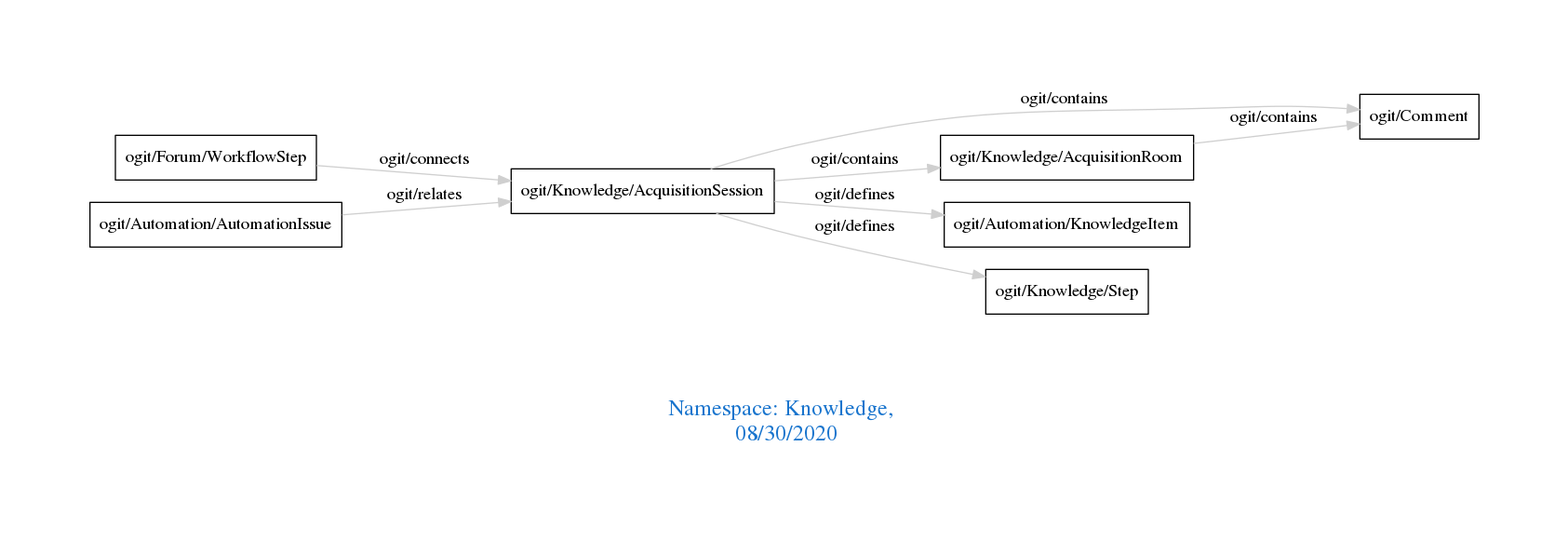
Above: downloads/Knowledge.png in arago/OGIT (Graphviz), before the change. Its source is kept beside it as downloads/Knowledge.dot.
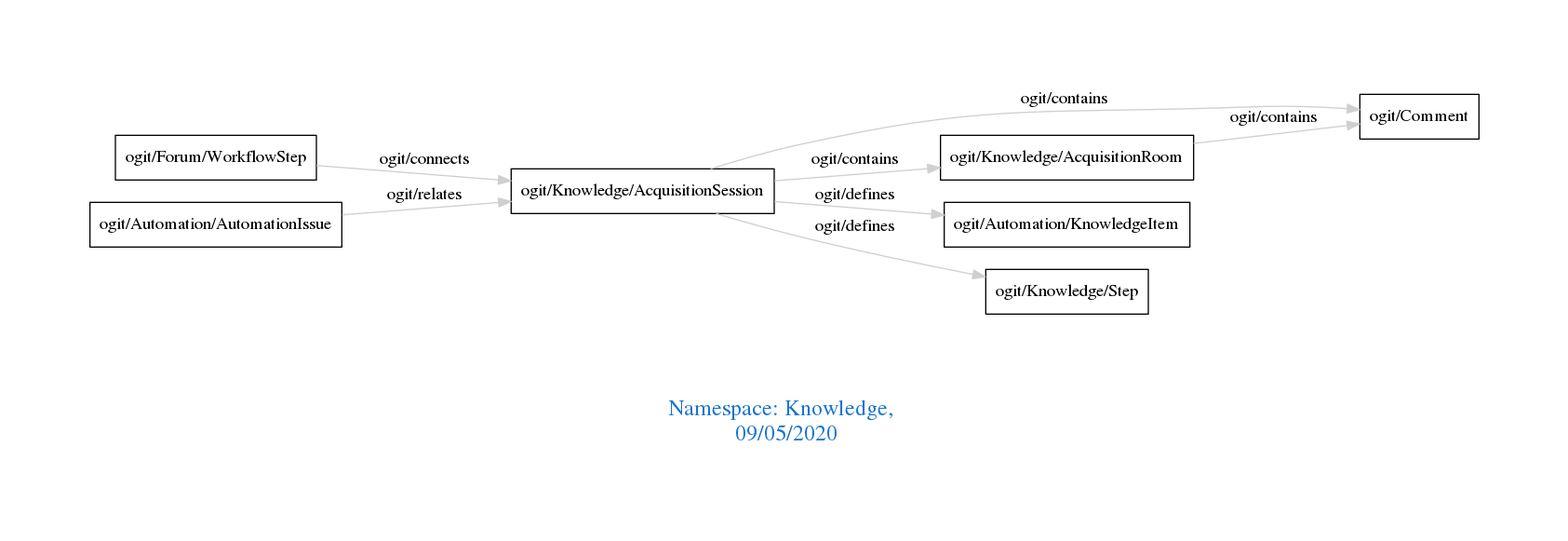
After the change.

What changed in the source:
```diff
@@ -1,7 +1,7 @@
 digraph OGIT_ontology {
  graph [ rankdir= LR,pad=1
 fontsize = 18,
-fontcolor= dodgerblue3,label = "\n\n\nNamespace: Knowledge, \n 08/30/2020"];
+fontcolor= dodgerblue3,label = "\n\n\nNamespace: Knowledge, \n 09/05/2020"];
 node[shape=polygon];
 edge [  color="gray81"];
 
```
